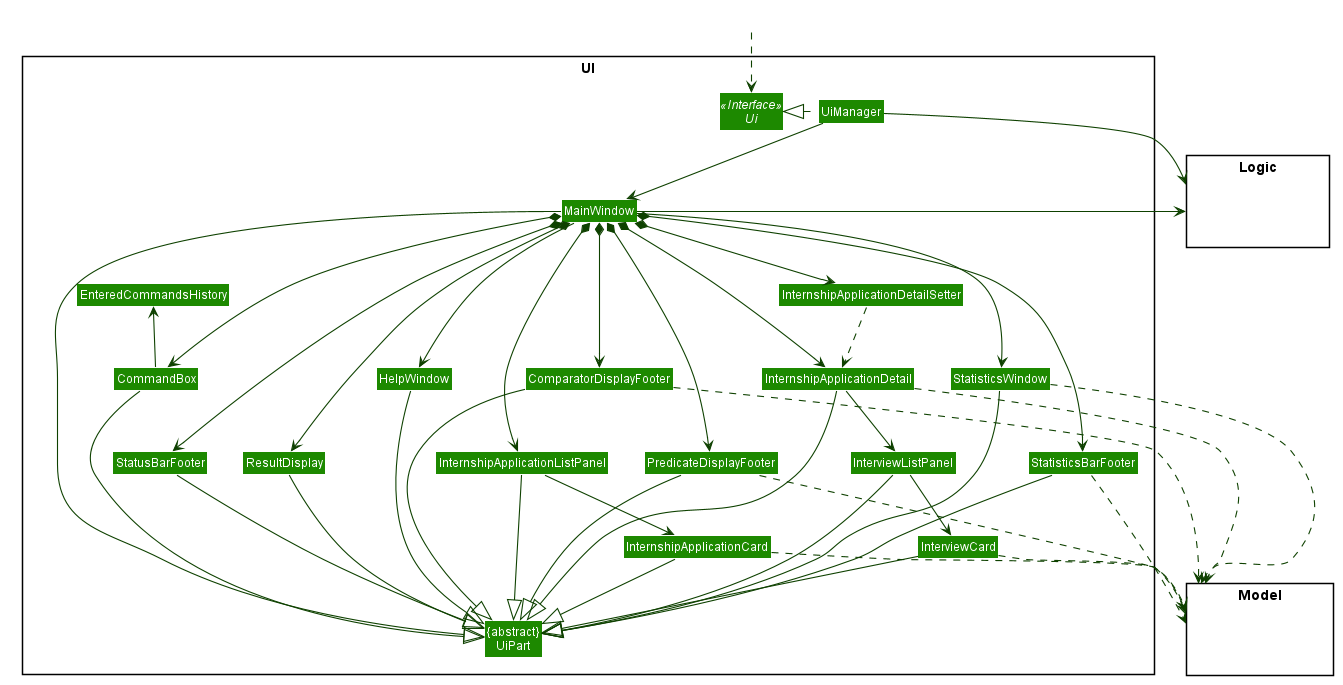
This is images/UiClassDiagram.png from AY1920S2-CS2103T-F10-2/main, a PlantUML export, as it was before one commit.
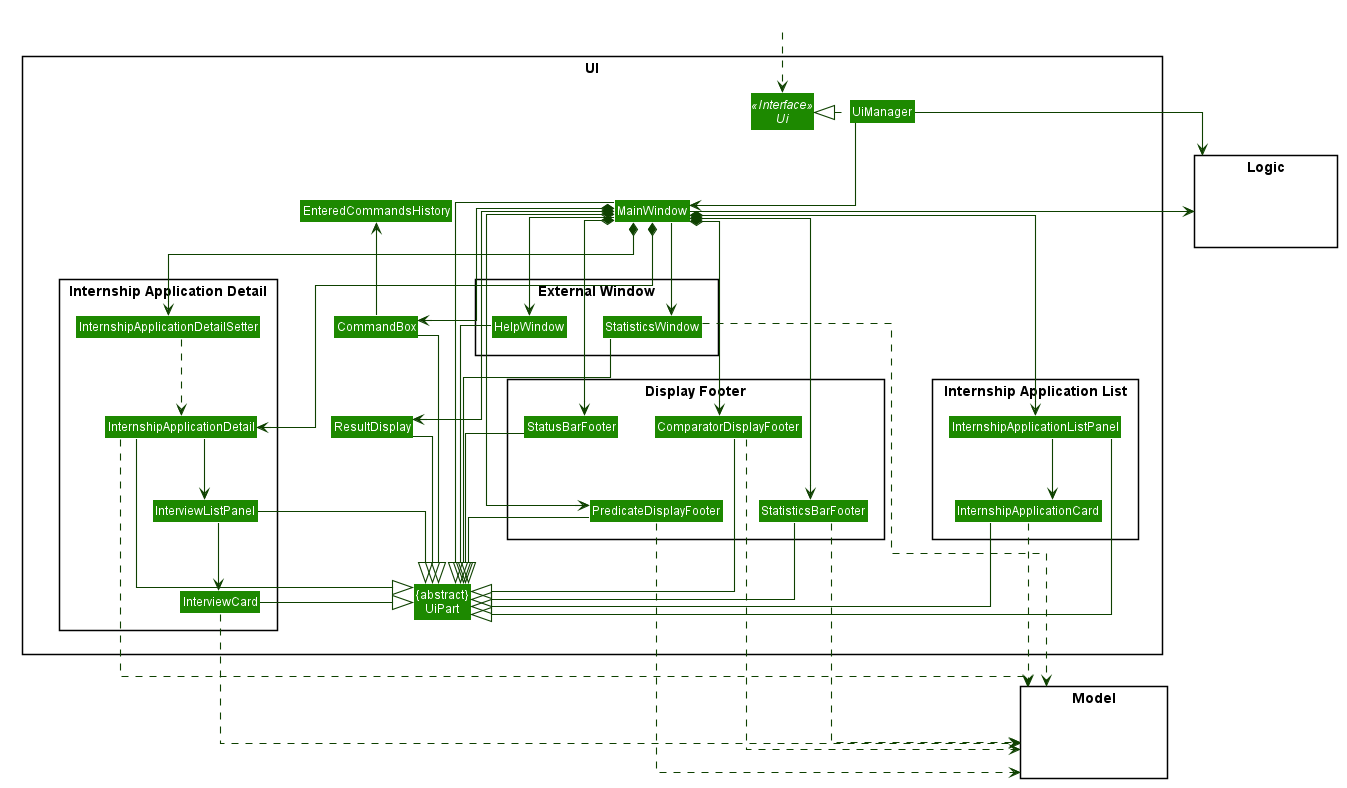
The same file after the commit.

What changed in the source:
```diff
@@ -51,27 +51,37 @@
 skinparam arrowThickness 1.1
 skinparam arrowColor #0E4100
 skinparam classBackgroundColor #1D8900
+skinparam linetype ortho
+
 
 package UI <<Rectangle>>{
 Interface Ui <<Interface>>
 Class "{abstract}\nUiPart" as UiPart
 Class UiManager
 Class MainWindow
-Class HelpWindow
-Class StatisticsWindow
-Class StatisticsBarFooter
-Class ComparatorDisplayFooter
-Class PredicateDisplayFooter
 Class ResultDisplay
+Class CommandBox
+Class EnteredCommandsHistory
+package "Internship Application List" <<Rectangle>> {
 Class InternshipApplicationListPanel
 Class InternshipApplicationCard
-Class StatusBarFooter
-Class CommandBox
-Class EnteredCommandsHistory
+}
+package "Internship Application Detail" <<Rectangle>> {
 Class InternshipApplicationDetail
 Class InternshipApplicationDetailSetter
 Class InterviewListPanel
 Class InterviewCard
+}
+package "Display Footer" <<Rectangle>> {
+Class StatisticsBarFooter
+Class ComparatorDisplayFooter
+Class PredicateDisplayFooter
+Class StatusBarFooter
+}
+package "External Window" <<Rectangle>> {
+Class HelpWindow
+Class StatisticsWindow
+}
 }
 
 package Model <<Rectangle>> {
@@ -88,14 +98,14 @@
 UiManager .left.|> Ui
 UiManager -down-> MainWindow
 MainWindow -down-> StatisticsWindow
-MainWindow *-down-> ComparatorDisplayFooter
-MainWindow *-down-> StatisticsBarFooter
+MainWindow *-right-> ComparatorDisplayFooter
+MainWindow *-right-> StatisticsBarFooter
 MainWindow -down-> HelpWindow
 MainWindow *-down-> CommandBox
 MainWindow *-down-> ResultDisplay
 MainWindow *-down-> InternshipApplicationListPanel
-MainWindow *-down-> StatusBarFooter
-MainWindow *-down-> PredicateDisplayFooter
+MainWindow *-right-> StatusBarFooter
+MainWindow *-right-> PredicateDisplayFooter
 MainWindow *-down-> InternshipApplicationDetail
 MainWindow *-down-> InternshipApplicationDetailSetter
 
@@ -104,7 +114,7 @@
 
 InternshipApplicationListPanel -down-> InternshipApplicationCard
 
-MainWindow -left-|> UiPart
+MainWindow -down-|> UiPart
 
 CommandBox -up-> EnteredCommandsHistory
 
```
